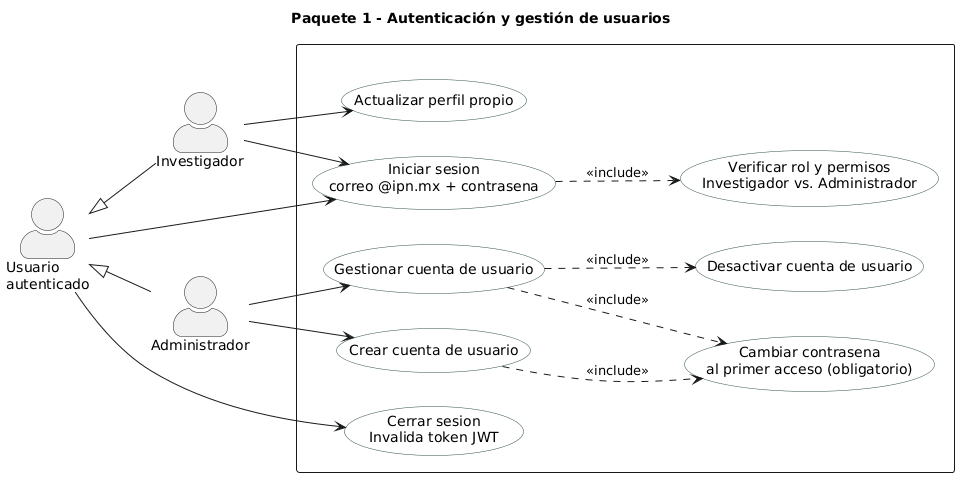
This is figures/mermaid/cu_paquete1.png from ErickJester/fst-ai-system-latex, a PlantUML export, as it was before one commit.
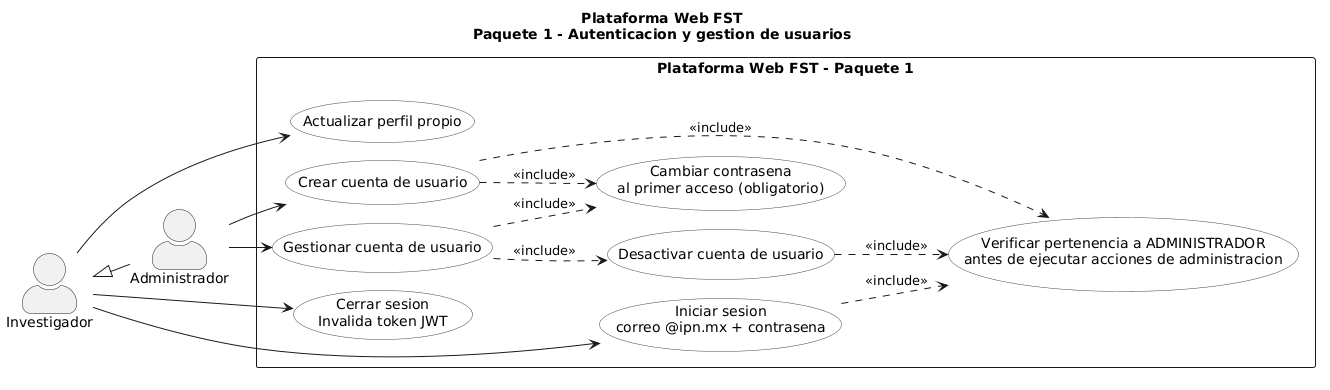
The same diagram one commit later.

The edit, as a diff of the source:
```diff
@@ -1,6 +1,6 @@
 @startuml
-title Paquete 1 - Autenticación y gestión de usuarios
-
+!pragma layout smetana
+title Plataforma Web FST\nPaquete 1 - Autenticacion y gestion de usuarios
 left to right direction
 skinparam packageStyle rectangle
 skinparam actorStyle awesome
@@ -8,28 +8,27 @@
   BackgroundColor White
   BorderColor DarkSlateGray
 }
-actor "Usuario\nautenticado" as UA
 actor "Investigador" as INV
 actor "Administrador" as ADMIN
-UA <|-- INV
-UA <|-- ADMIN
-rectangle " " {
+INV <|-- ADMIN
+rectangle "Plataforma Web FST - Paquete 1" {
   usecase "Iniciar sesion\ncorreo @ipn.mx + contrasena" as UC11
   usecase "Cerrar sesion\nInvalida token JWT" as UC12
-  usecase "Verificar rol y permisos\nInvestigador vs. Administrador" as UC14
+  usecase "Verificar pertenencia a ADMINISTRADOR\nantes de ejecutar acciones de administracion" as UC14
   usecase "Gestionar cuenta de usuario" as UC15
   usecase "Cambiar contrasena\nal primer acceso (obligatorio)" as UC15a
   usecase "Desactivar cuenta de usuario" as UC15b
   usecase "Actualizar perfil propio" as UC16
   usecase "Crear cuenta de usuario" as UC17
 }
-UA    --> UC11
-UA    --> UC12
-INV   --> UC11
-INV   --> UC16
+INV --> UC11
+INV --> UC12
+INV --> UC16
 ADMIN --> UC15
 ADMIN --> UC17
-UC11 ..> UC14  : <<include>>
+UC17 ..> UC14 : <<include>>
+UC15b ..> UC14 : <<include>>
+UC11 ..> UC14 : <<include>>
 UC15 ..> UC15a : <<include>>
 UC15 ..> UC15b : <<include>>
 UC17 ..> UC15a : <<include>>
```
